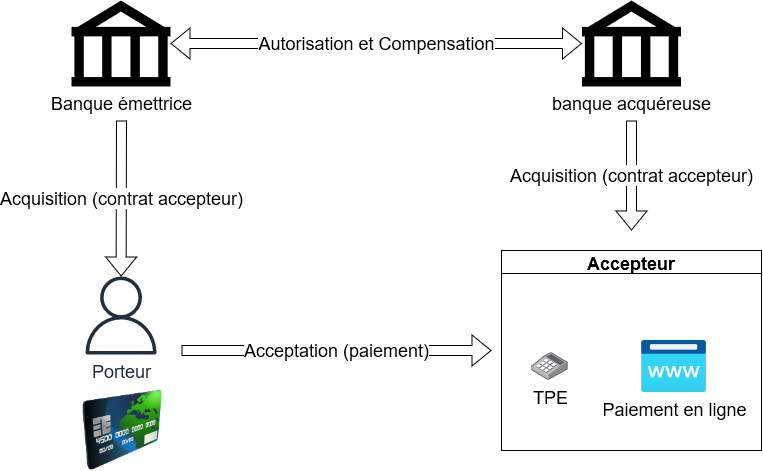
HUANGManutea/blog.dev keeps this draw.io diagram as content/posts/intro-moyens-paiement/schema_4_coins.png. Above is the earlier version. Source tidied: cells renumbered, new cells last; positions are measured from the earlier drawing's top-left corner, leaving out a move shared by most shapes.
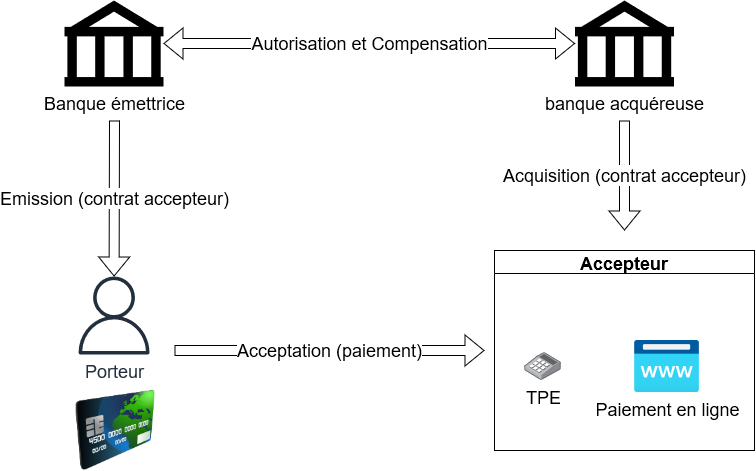
The same diagram one commit later.

Commit message:
fixed schema 4 coins

Diff of the diagram source:
```diff
@@ -29,7 +29,7 @@
         <mxPoint x="560" y="230" as="targetPoint" />
       </mxGeometry>
     </mxCell>
-    <mxCell id="10" value="Acquisition (contrat accepteur)" style="shape=flexArrow;endArrow=classic;html=1;rounded=0;fontSize=18;" parent="1" edge="1" target="11">
+    <mxCell id="10" value="Emission (contrat accepteur)" style="shape=flexArrow;endArrow=classic;html=1;rounded=0;fontSize=18;" parent="1" edge="1" target="11">
       <mxGeometry relative="1" as="geometry">
         <mxPoint x="50" y="120" as="sourcePoint" />
       </mxGeometry>
```
